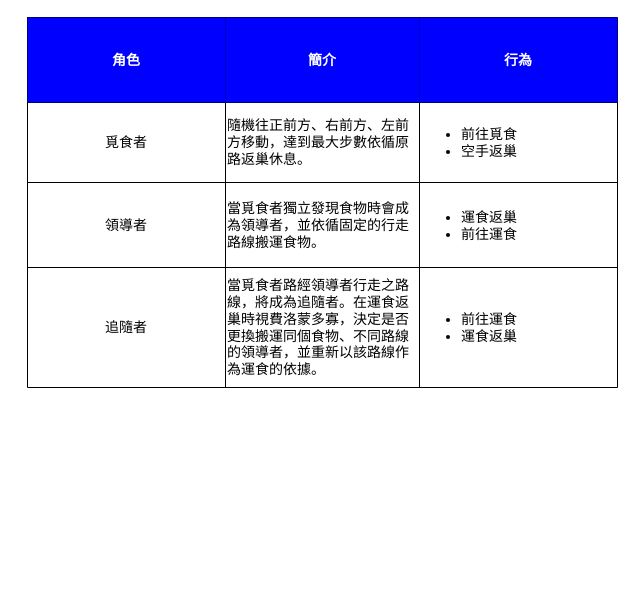
Above: page "角色功能" (1 of 3) of Move Rule Diagram.drawio in QiuBingCheng/AntColonySimulation (draw.io), before the change. Source tidied: cells renumbered, new cells numbered last; positions are measured from the earlier drawing's top-left corner, leaving out a move shared by most shapes. Both pictures are drawn from the tidied source at 100%, with x=0, y=0 at pixel (27, 17).
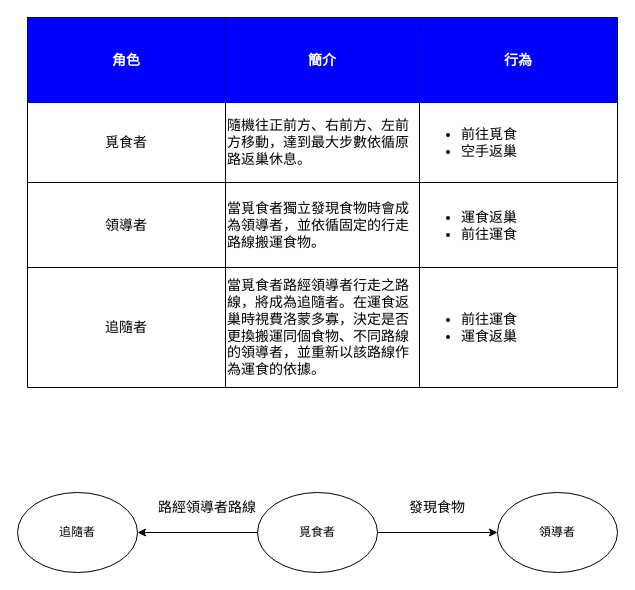
After the change.

Diff of the diagram source:
```diff
@@
+    <mxCell id="19" style="edgeStyle=orthogonalEdgeStyle;rounded=0;jettySize=auto;html=1;entryX=0;entryY=0.5;entryDx=0;entryDy=0;" parent="1" edge="1" source="21" target="22">
+      <mxGeometry relative="1" as="geometry" />
+    </mxCell>
+    <mxCell id="20" style="edgeStyle=orthogonalEdgeStyle;rounded=0;jettySize=auto;html=1;entryX=1;entryY=0.5;entryDx=0;entryDy=0;" parent="1" edge="1" source="21" target="23">
+      <mxGeometry relative="1" as="geometry" />
+    </mxCell>
+    <mxCell id="21" value="覓食者" style="ellipse;whiteSpace=wrap;html=1;" parent="1" vertex="1">
+      <mxGeometry x="230" y="475" width="120" height="80" as="geometry" />
+    </mxCell>
+    <mxCell id="22" value="領導者" style="ellipse;whiteSpace=wrap;html=1;" parent="1" vertex="1">
+      <mxGeometry x="470" y="475" width="120" height="80" as="geometry" />
+    </mxCell>
+    <mxCell id="23" value="追隨者" style="ellipse;whiteSpace=wrap;html=1;" parent="1" vertex="1">
+      <mxGeometry x="-10" y="475" width="120" height="80" as="geometry" />
+    </mxCell>
+    <mxCell id="24" value="路經領導者路線" style="text;html=1;strokeColor=none;fillColor=none;align=center;verticalAlign=middle;whiteSpace=wrap;rounded=0;fontSize=14;" parent="1" vertex="1">
+      <mxGeometry x="130" y="485" width="100" height="10" as="geometry" />
+    </mxCell>
+    <mxCell id="25" value="發現食物" style="text;html=1;strokeColor=none;fillColor=none;align=center;verticalAlign=middle;whiteSpace=wrap;rounded=0;fontSize=14;" parent="1" vertex="1">
+      <mxGeometry x="360" y="485" width="100" height="10" as="geometry" />
+    </mxCell>
```
